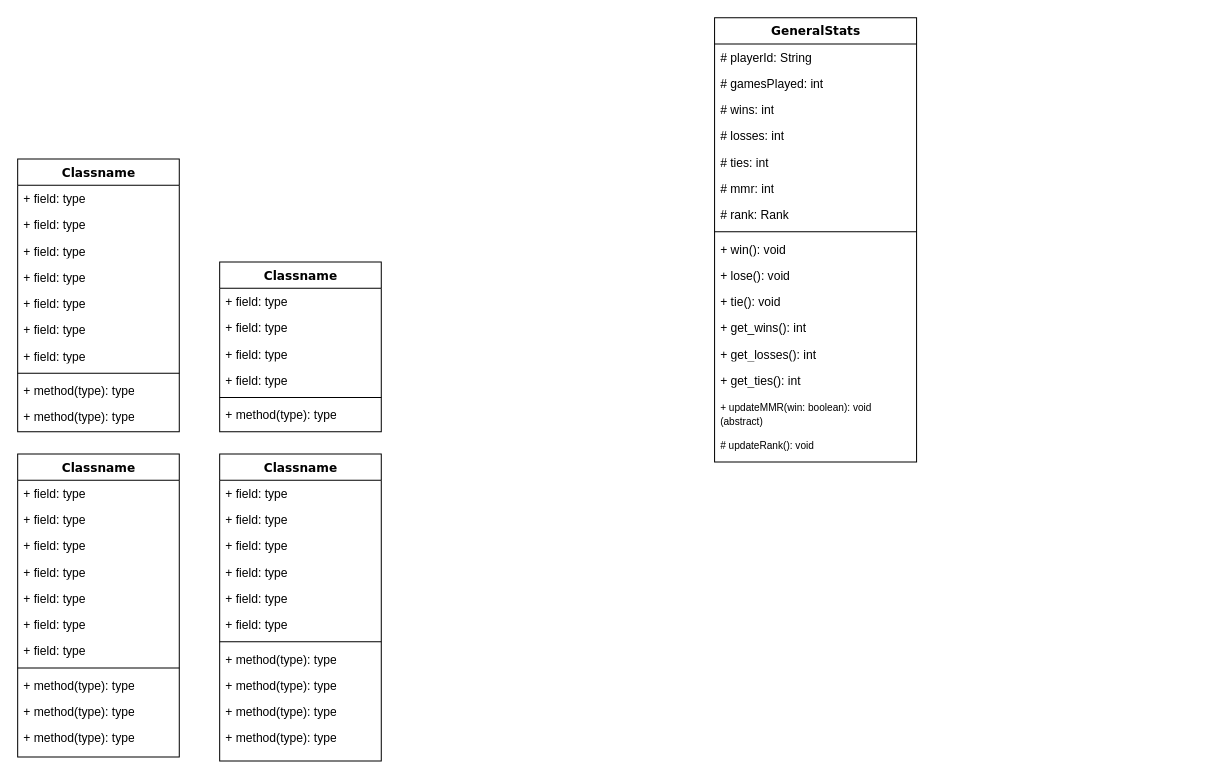
This is Structure Diagram/Leaderboard_and_Matchmaking_Structure_Diagram.drawio from farshadislam/Socketed-Multigame-GUI, a draw.io file, before an edit. Source tidied: cells renumbered, new cells numbered last; positions are measured from the earlier drawing's top-left corner, leaving out a move shared by most shapes. Both pictures are drawn from the tidied source at 101%, with x=0, y=0 at pixel (17, 17).
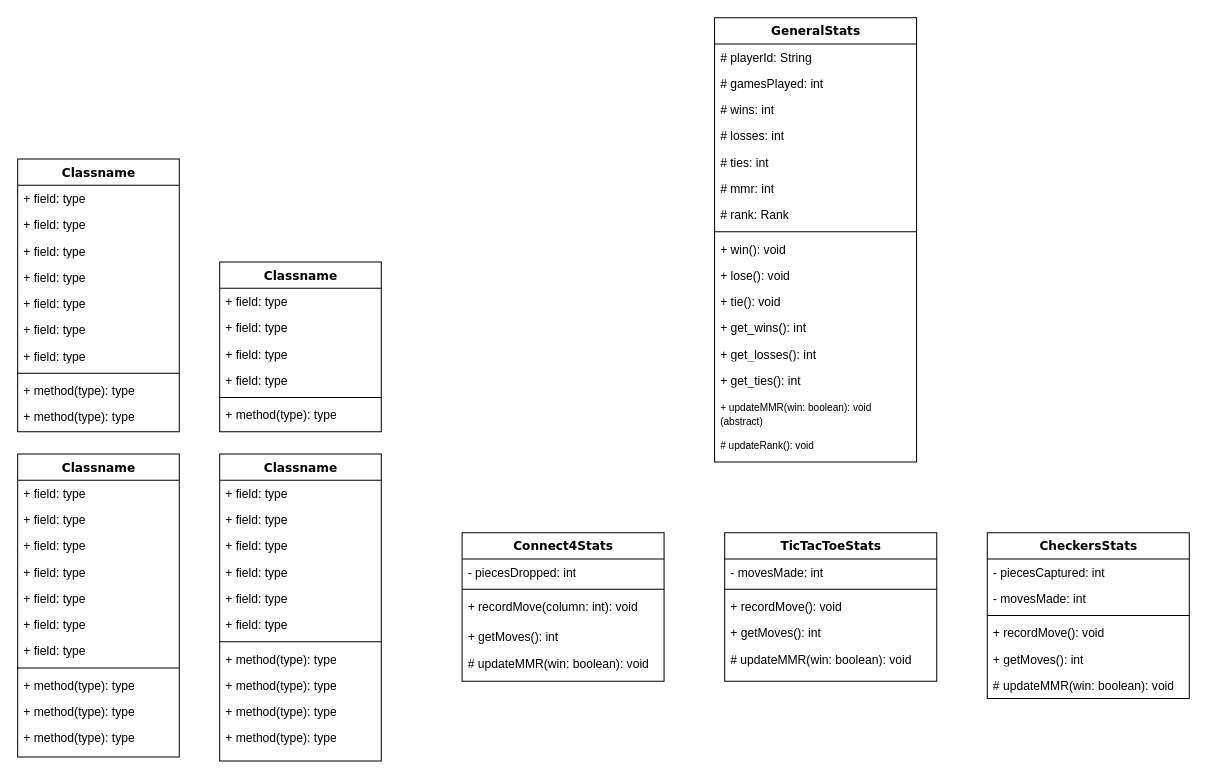
The same diagram, later.

Commit message:
added the children of general stats as well, which will be each individual games stats.

What changed in the source:
```diff
@@
+    <mxCell id="61" value="Connect4Stats" style="swimlane;html=1;fontStyle=1;align=center;verticalAlign=top;horizontal=1;startSize=26;swimlaneFillColor=#ffffff;rounded=0;shadow=0;comic=0;labelBackgroundColor=none;strokeWidth=1;fillColor=none;fontFamily=Verdana;fontSize=12;" parent="1" vertex="1">
+      <mxGeometry x="440" y="510" width="200" height="147" as="geometry" />
+    </mxCell>
+    <mxCell id="62" value="- piecesDropped: int" style="text;html=1;strokeColor=none;fillColor=none;align=left;verticalAlign=top;spacingLeft=4;spacingRight=4;whiteSpace=wrap;overflow=hidden;" parent="61" vertex="1">
+      <mxGeometry y="26" width="200" height="26" as="geometry" />
+    </mxCell>
+    <mxCell id="63" style="line;html=1;strokeWidth=1;fillColor=none;align=left;verticalAlign=middle;spacingTop=-1;spacingLeft=3;spacingRight=3;labelPosition=right;" parent="61" vertex="1">
+      <mxGeometry y="52" width="200" height="8" as="geometry" />
+    </mxCell>
+    <mxCell id="64" value="+ recordMove(column: int): void&lt;div&gt;&lt;br/&gt;&lt;/div&gt;" style="text;html=1;strokeColor=none;fillColor=none;align=left;verticalAlign=top;spacingLeft=4;spacingRight=4;whiteSpace=wrap;overflow=hidden;" parent="61" vertex="1">
+      <mxGeometry y="60" width="200" height="30" as="geometry" />
+    </mxCell>
+    <mxCell id="65" value="+ getMoves(): int" style="text;html=1;strokeColor=none;fillColor=none;align=left;verticalAlign=top;spacingLeft=4;spacingRight=4;whiteSpace=wrap;overflow=hidden;" parent="61" vertex="1">
+      <mxGeometry y="90" width="200" height="26" as="geometry" />
+    </mxCell>
+    <mxCell id="66" value="# updateMMR(win: boolean): void" style="text;html=1;strokeColor=none;fillColor=none;align=left;verticalAlign=top;spacingLeft=4;spacingRight=4;whiteSpace=wrap;overflow=hidden;" parent="61" vertex="1">
+      <mxGeometry y="116" width="200" height="26" as="geometry" />
+    </mxCell>
+    <mxCell id="67" value="TicTacToeStats" style="swimlane;html=1;fontStyle=1;align=center;verticalAlign=top;horizontal=1;startSize=26;swimlaneFillColor=#ffffff;rounded=0;shadow=0;comic=0;labelBackgroundColor=none;strokeWidth=1;fillColor=none;fontFamily=Verdana;fontSize=12;" parent="1" vertex="1">
+      <mxGeometry x="700" y="510" width="210" height="147" as="geometry" />
+    </mxCell>
+    <mxCell id="68" value="- movesMade: int" style="text;html=1;strokeColor=none;fillColor=none;align=left;verticalAlign=top;spacingLeft=4;spacingRight=4;whiteSpace=wrap;overflow=hidden;" parent="67" vertex="1">
+      <mxGeometry y="26" width="210" height="26" as="geometry" />
+    </mxCell>
+    <mxCell id="69" style="line;html=1;strokeWidth=1;fillColor=none;align=left;verticalAlign=middle;spacingTop=-1;spacingLeft=3;spacingRight=3;labelPosition=right;" parent="67" vertex="1">
+      <mxGeometry y="52" width="210" height="8" as="geometry" />
+    </mxCell>
+    <mxCell id="70" value="+ recordMove(): void" style="text;html=1;strokeColor=none;fillColor=none;align=left;verticalAlign=top;spacingLeft=4;spacingRight=4;whiteSpace=wrap;overflow=hidden;" parent="67" vertex="1">
+      <mxGeometry y="60" width="210" height="26" as="geometry" />
+    </mxCell>
+    <mxCell id="71" value="+ getMoves(): int&lt;div&gt;&lt;br/&gt;&lt;/div&gt;" style="text;html=1;strokeColor=none;fillColor=none;align=left;verticalAlign=top;spacingLeft=4;spacingRight=4;whiteSpace=wrap;overflow=hidden;" parent="67" vertex="1">
+      <mxGeometry y="86" width="210" height="26" as="geometry" />
+    </mxCell>
+    <mxCell id="72" value="&lt;div&gt;# updateMMR(win: boolean): void&lt;/div&gt;" style="text;html=1;strokeColor=none;fillColor=none;align=left;verticalAlign=top;spacingLeft=4;spacingRight=4;whiteSpace=wrap;overflow=hidden;" parent="67" vertex="1">
+      <mxGeometry y="112" width="210" height="26" as="geometry" />
+    </mxCell>
+    <mxCell id="73" value="CheckersStats" style="swimlane;html=1;fontStyle=1;align=center;verticalAlign=top;horizontal=1;startSize=26;swimlaneFillColor=#ffffff;rounded=0;shadow=0;comic=0;labelBackgroundColor=none;strokeWidth=1;fillColor=none;fontFamily=Verdana;fontSize=12;" parent="1" vertex="1">
+      <mxGeometry x="960" y="510" width="200" height="164" as="geometry" />
+    </mxCell>
+    <mxCell id="74" value="- piecesCaptured: int" style="text;html=1;strokeColor=none;fillColor=none;align=left;verticalAlign=top;spacingLeft=4;spacingRight=4;whiteSpace=wrap;overflow=hidden;" parent="73" vertex="1">
+      <mxGeometry y="26" width="200" height="26" as="geometry" />
+    </mxCell>
+    <mxCell id="75" value="- movesMade: int" style="text;html=1;strokeColor=none;fillColor=none;align=left;verticalAlign=top;spacingLeft=4;spacingRight=4;whiteSpace=wrap;overflow=hidden;" parent="73" vertex="1">
+      <mxGeometry y="52" width="200" height="26" as="geometry" />
+    </mxCell>
+    <mxCell id="76" style="line;html=1;strokeWidth=1;fillColor=none;align=left;verticalAlign=middle;spacingTop=-1;spacingLeft=3;spacingRight=3;labelPosition=right;" parent="73" vertex="1">
+      <mxGeometry y="78" width="200" height="8" as="geometry" />
+    </mxCell>
+    <mxCell id="77" value="+ recordMove(): void" style="text;html=1;strokeColor=none;fillColor=none;align=left;verticalAlign=top;spacingLeft=4;spacingRight=4;whiteSpace=wrap;overflow=hidden;" parent="73" vertex="1">
+      <mxGeometry y="86" width="200" height="26" as="geometry" />
+    </mxCell>
+    <mxCell id="78" value="+ getMoves(): int" style="text;html=1;strokeColor=none;fillColor=none;align=left;verticalAlign=top;spacingLeft=4;spacingRight=4;whiteSpace=wrap;overflow=hidden;" parent="73" vertex="1">
+      <mxGeometry y="112" width="200" height="26" as="geometry" />
+    </mxCell>
+    <mxCell id="79" value="# updateMMR(win: boolean): void" style="text;html=1;strokeColor=none;fillColor=none;align=left;verticalAlign=top;spacingLeft=4;spacingRight=4;whiteSpace=wrap;overflow=hidden;" parent="73" vertex="1">
+      <mxGeometry y="138" width="200" height="26" as="geometry" />
+    </mxCell>
```
